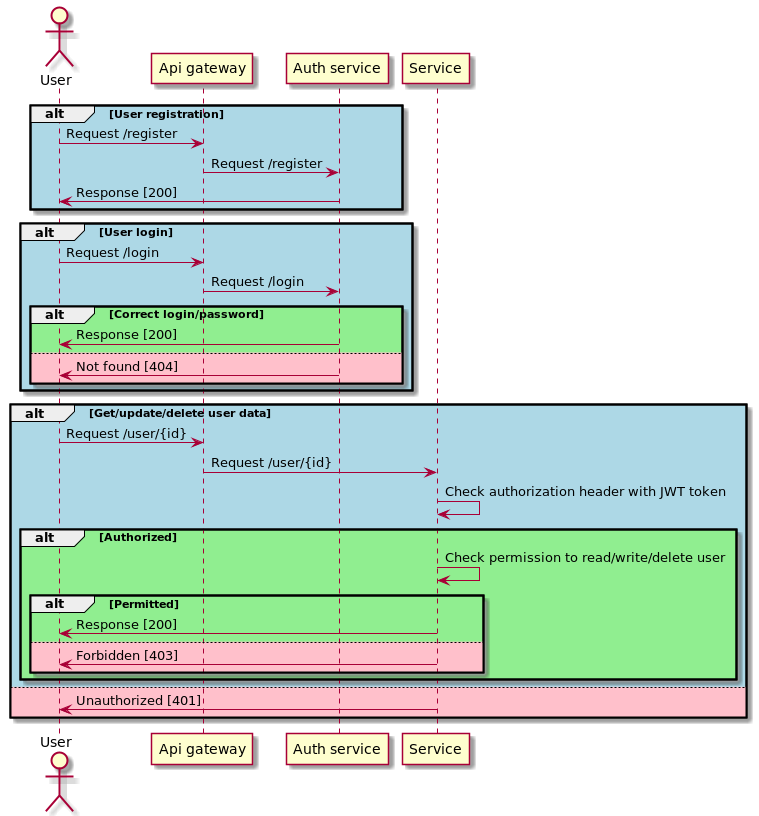
This is cmd/hw5/assets/scheme.png from vashc/arch_course, a PlantUML export, as it was before one commit.
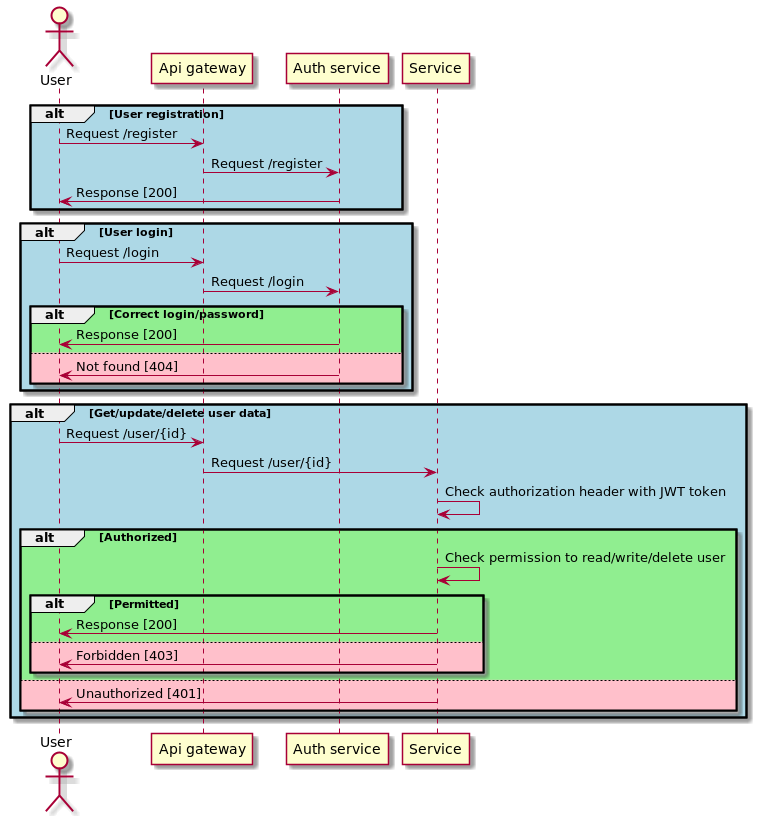
Later version of the same file.

Diff of the diagram source:
```diff
@@ -53,12 +53,12 @@
 
 end
 
-end
-
 else #Pink
 
 "Service" -> "User" : Unauthorized [401]
 
 end
 
+end
+
 @enduml
```
